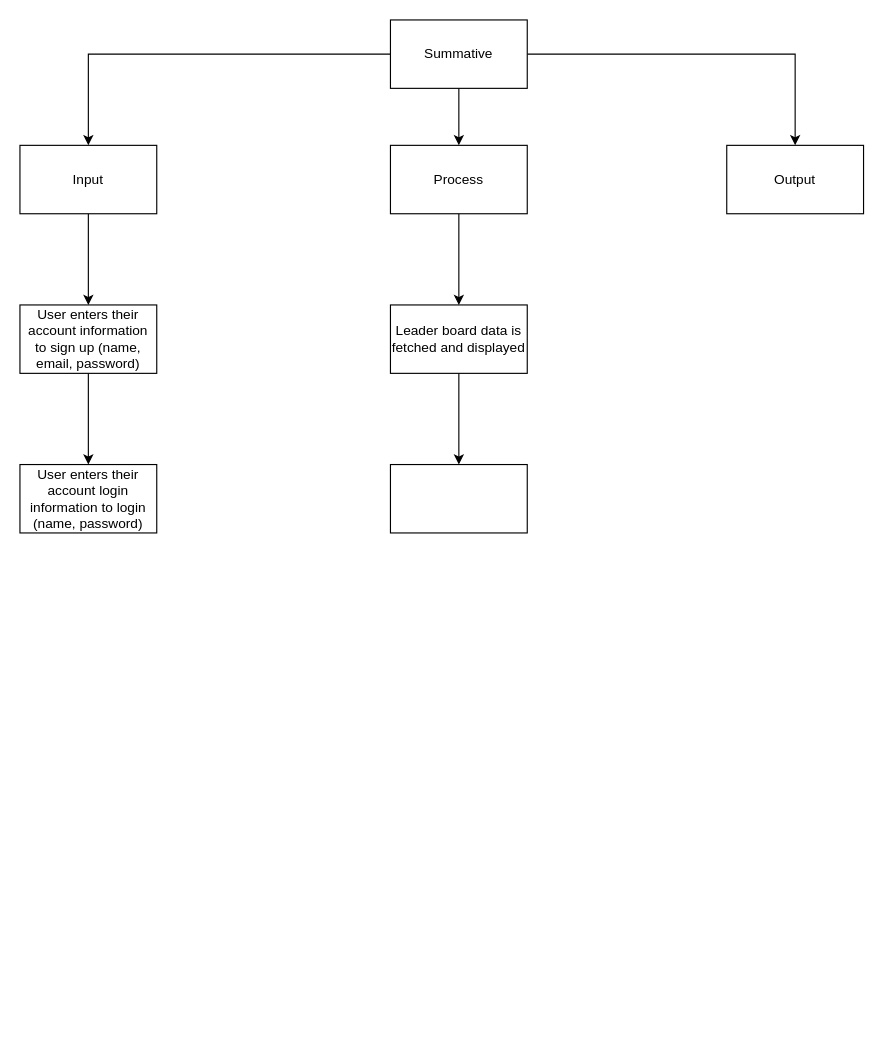
This is summative.drawio from mh-anwar/ICS3U1, a draw.io file, before an edit. Source tidied: cells renumbered, new cells numbered last; positions are measured from the earlier drawing's top-left corner, leaving out a move shared by most shapes. Both pictures are drawn from the tidied source at 114%, with x=0, y=0 at pixel (19, 19).
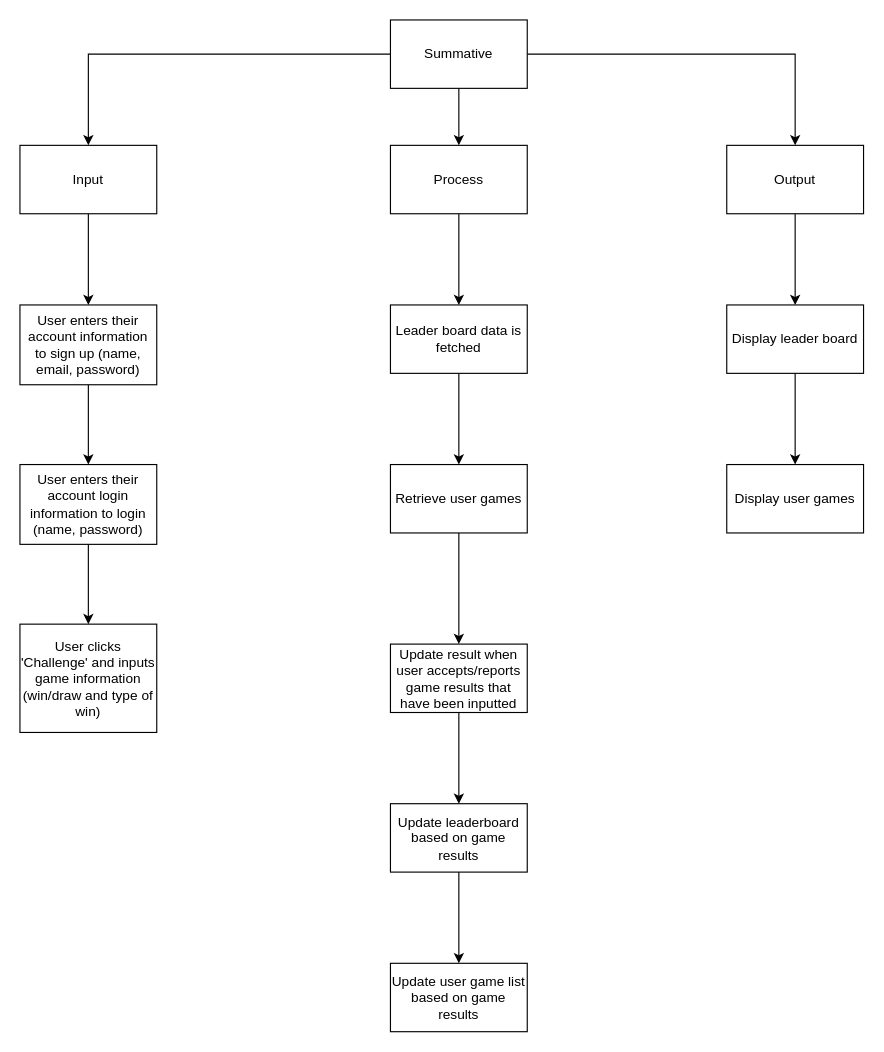
Above is the later version.

Unchanged cells that the change refers to:
```xml
<mxCell id="10" value="Output" style="whiteSpace=wrap;html=1;rounded=0;" parent="1" vertex="1">
  <mxGeometry x="620" y="110" width="120" height="60" as="geometry" />
</mxCell>
```

Diff of the diagram source:
```diff
@@
+    <mxCell id="17" style="edgeStyle=orthogonalEdgeStyle;rounded=0;jettySize=auto;html=1;" parent="1" edge="1" source="10" target="27">
+      <mxGeometry relative="1" as="geometry" />
+    </mxCell>
@@
     <mxCell id="12" value="User enters their account information to sign up (name, email, password)" style="whiteSpace=wrap;html=1;rounded=0;" parent="1" vertex="1">
-      <mxGeometry y="250" width="120" height="60" as="geometry" />
+      <mxGeometry y="250" width="120" height="70" as="geometry" />
     </mxCell>
@@
-    <mxCell id="14" value="Leader board data is fetched and displayed" style="whiteSpace=wrap;html=1;rounded=0;" parent="1" vertex="1">
+    <mxCell id="14" value="Leader board data is fetched" style="whiteSpace=wrap;html=1;rounded=0;" parent="1" vertex="1">
       <mxGeometry x="325" y="250" width="120" height="60" as="geometry" />
     </mxCell>
+    <mxCell id="18" style="edgeStyle=orthogonalEdgeStyle;rounded=0;jettySize=auto;html=1;" parent="1" edge="1" source="15" target="22">
+      <mxGeometry relative="1" as="geometry" />
+    </mxCell>
-    <mxCell id="15" style="whiteSpace=wrap;html=1;rounded=0;" parent="1" vertex="1">
+    <mxCell id="15" value="Retrieve user games" style="whiteSpace=wrap;html=1;rounded=0;" parent="1" vertex="1">
       <mxGeometry x="325" y="390" width="120" height="60" as="geometry" />
     </mxCell>
+    <mxCell id="19" style="edgeStyle=orthogonalEdgeStyle;rounded=0;jettySize=auto;html=1;" parent="1" edge="1" source="16" target="20">
+      <mxGeometry relative="1" as="geometry" />
+    </mxCell>
     <mxCell id="16" value="User enters their account login information to login (name, password)" style="whiteSpace=wrap;html=1;rounded=0;" parent="1" vertex="1">
-      <mxGeometry y="390" width="120" height="60" as="geometry" />
+      <mxGeometry y="390" width="120" height="70" as="geometry" />
     </mxCell>
+    <mxCell id="20" value="User clicks 'Challenge' and inputs game information (win/draw and type of win)" style="whiteSpace=wrap;html=1;rounded=0;" parent="1" vertex="1">
+      <mxGeometry y="530" width="120" height="95" as="geometry" />
+    </mxCell>
+    <mxCell id="21" style="edgeStyle=orthogonalEdgeStyle;rounded=0;jettySize=auto;html=1;" parent="1" edge="1" source="22" target="24">
+      <mxGeometry relative="1" as="geometry" />
+    </mxCell>
+    <mxCell id="22" value="Update result when user accepts/reports game results that have been inputted" style="whiteSpace=wrap;html=1;rounded=0;" parent="1" vertex="1">
+      <mxGeometry x="325" y="547.5" width="120" height="60" as="geometry" />
+    </mxCell>
+    <mxCell id="23" style="edgeStyle=orthogonalEdgeStyle;rounded=0;jettySize=auto;html=1;" parent="1" edge="1" source="24" target="25">
+      <mxGeometry relative="1" as="geometry" />
+    </mxCell>
+    <mxCell id="24" value="Update leaderboard based on game results" style="whiteSpace=wrap;html=1;rounded=0;" parent="1" vertex="1">
+      <mxGeometry x="325" y="687.5" width="120" height="60" as="geometry" />
+    </mxCell>
+    <mxCell id="25" value="Update user game list based on game results" style="whiteSpace=wrap;html=1;rounded=0;" parent="1" vertex="1">
+      <mxGeometry x="325" y="827.5" width="120" height="60" as="geometry" />
+    </mxCell>
+    <mxCell id="26" style="edgeStyle=orthogonalEdgeStyle;rounded=0;jettySize=auto;html=1;" parent="1" edge="1" source="27" target="28">
+      <mxGeometry relative="1" as="geometry" />
+    </mxCell>
+    <mxCell id="27" value="Display leader board" style="whiteSpace=wrap;html=1;rounded=0;" parent="1" vertex="1">
+      <mxGeometry x="620" y="250" width="120" height="60" as="geometry" />
+    </mxCell>
+    <mxCell id="28" value="Display user games" style="whiteSpace=wrap;html=1;rounded=0;" parent="1" vertex="1">
+      <mxGeometry x="620" y="390" width="120" height="60" as="geometry" />
+    </mxCell>
```
